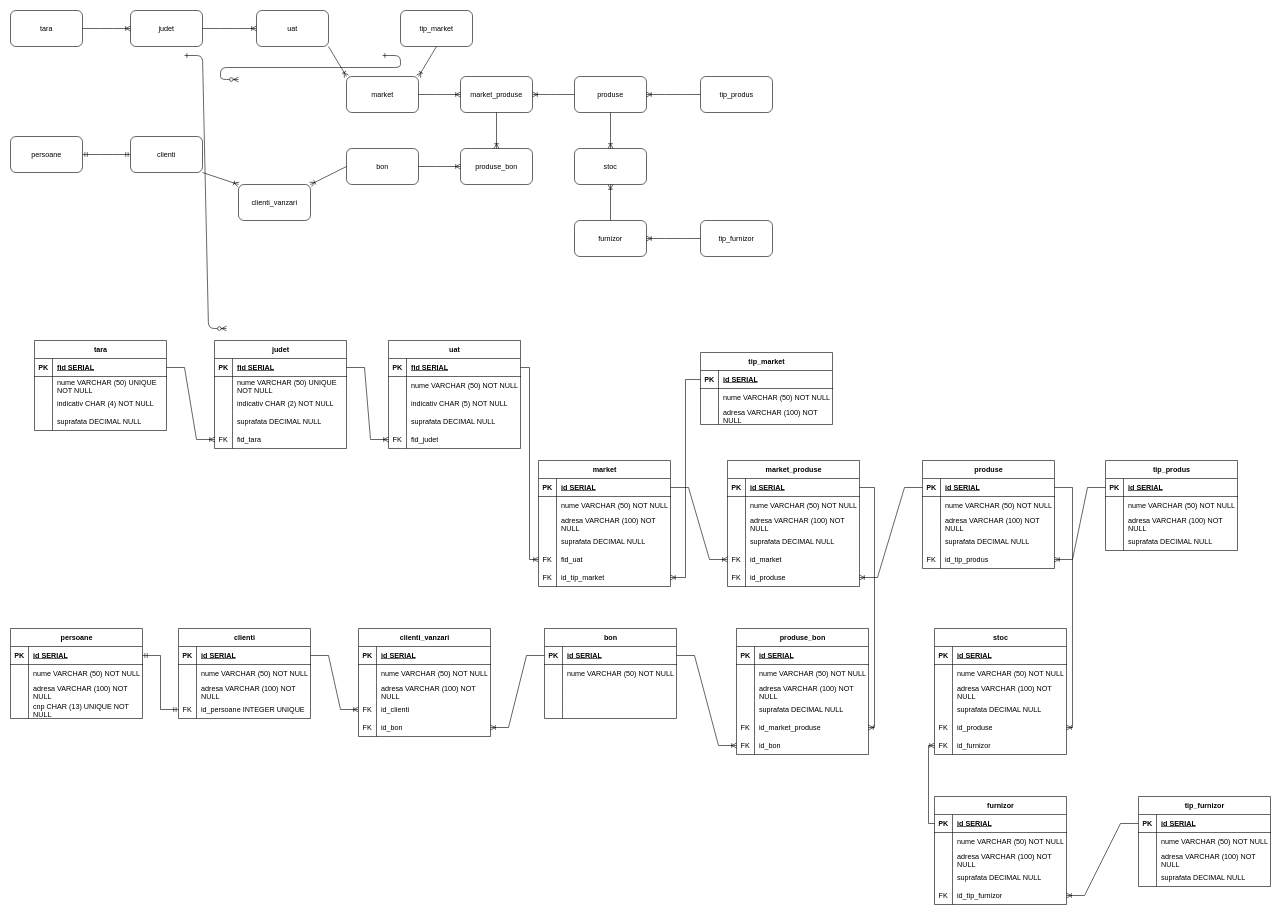
The draw.io diagram Diagramă fără titlu.drawio in AdelaLukacs/examen_sem_I_lukacs, before the edit. Source tidied: cells renumbered, new cells numbered last; positions are measured from the earlier drawing's top-left corner, leaving out a move shared by most shapes. Both pictures are drawn from the tidied source at 60%, with x=0, y=0 at pixel (10, 10).
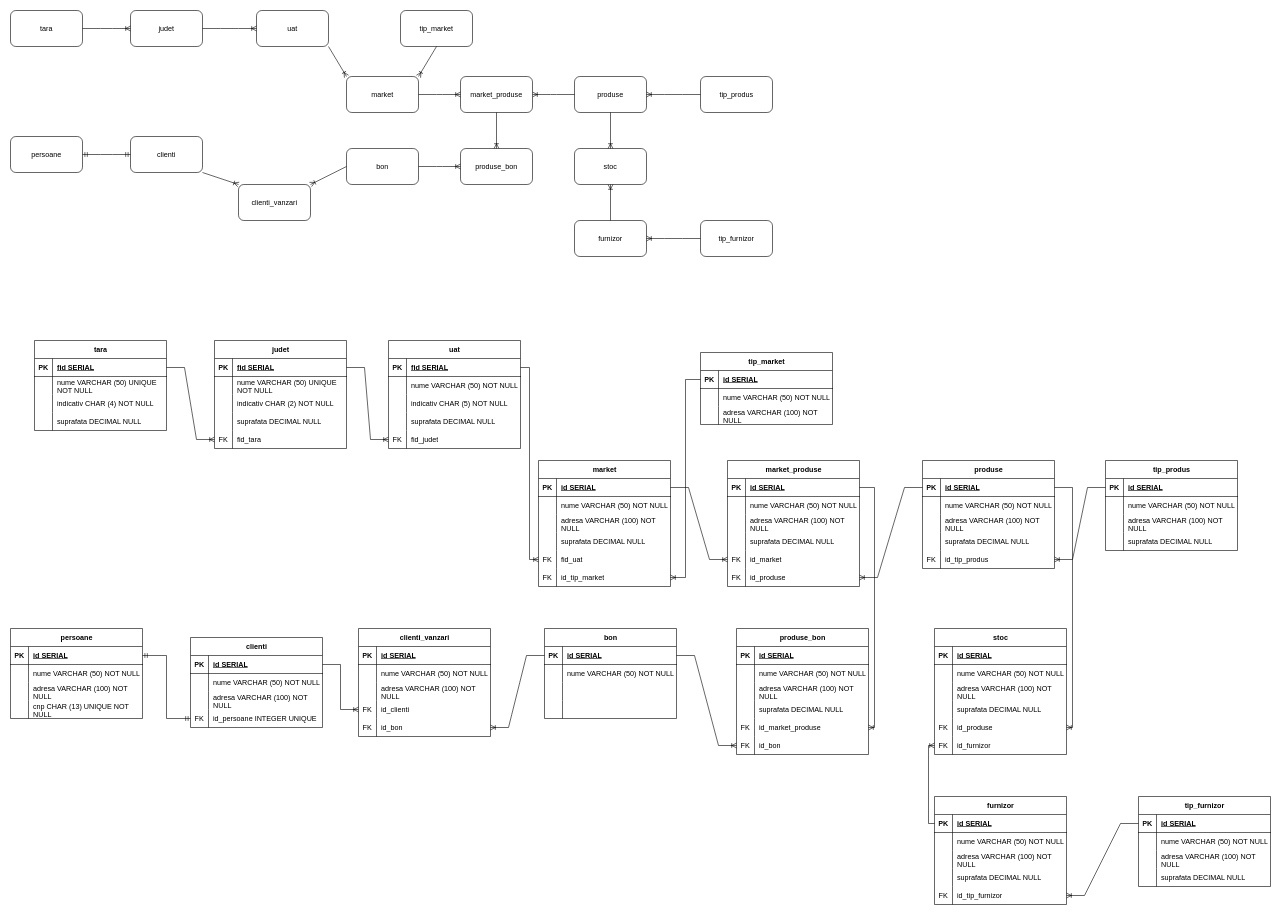
The same diagram, later.

What changed in the source:
```diff
@@
-    <mxCell id="2" style="edgeStyle=entityRelationEdgeStyle;endArrow=ERzeroToMany;startArrow=ERone;endFill=1;startFill=0;" parent="1" edge="1">
-      <mxGeometry relative="1" as="geometry">
-        <mxPoint x="290" y="75" as="sourcePoint" />
-        <mxPoint x="360" y="530" as="targetPoint" />
-      </mxGeometry>
-    </mxCell>
-    <mxCell id="3" style="edgeStyle=entityRelationEdgeStyle;endArrow=ERzeroToMany;startArrow=ERone;endFill=1;startFill=0;" parent="1" edge="1">
-      <mxGeometry relative="1" as="geometry">
-        <mxPoint x="620" y="75" as="sourcePoint" />
-        <mxPoint x="380" y="115" as="targetPoint" />
-      </mxGeometry>
-    </mxCell>
@@
     <mxCell id="215" value="clienti" style="shape=table;startSize=30;childLayout=tableLayout;rowLines=0;fontStyle=1;align=center;html=1;" parent="1" vertex="1">
-      <mxGeometry x="280" y="1030" width="220" height="150" as="geometry" />
+      <mxGeometry x="300" y="1045" width="220" height="150" as="geometry" />
     </mxCell>
```
